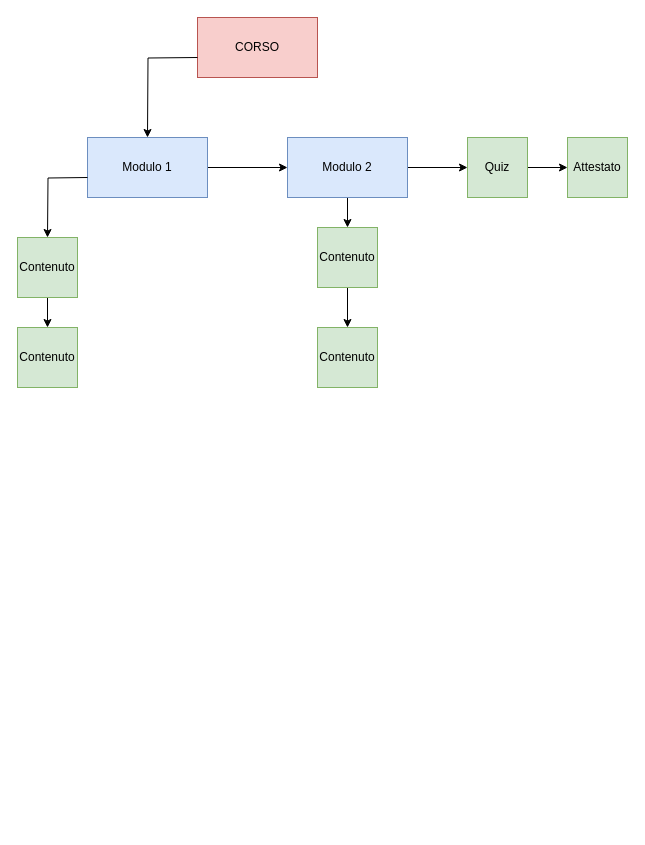
The draw.io diagram Untitled Diagram.drawio in lugsv/GAL_chart, before the edit. Source tidied: cells renumbered, new cells numbered last; positions are measured from the earlier drawing's top-left corner, leaving out a move shared by most shapes. Both pictures are drawn from the tidied source at 100%, with x=0, y=0 at pixel (17, 17).
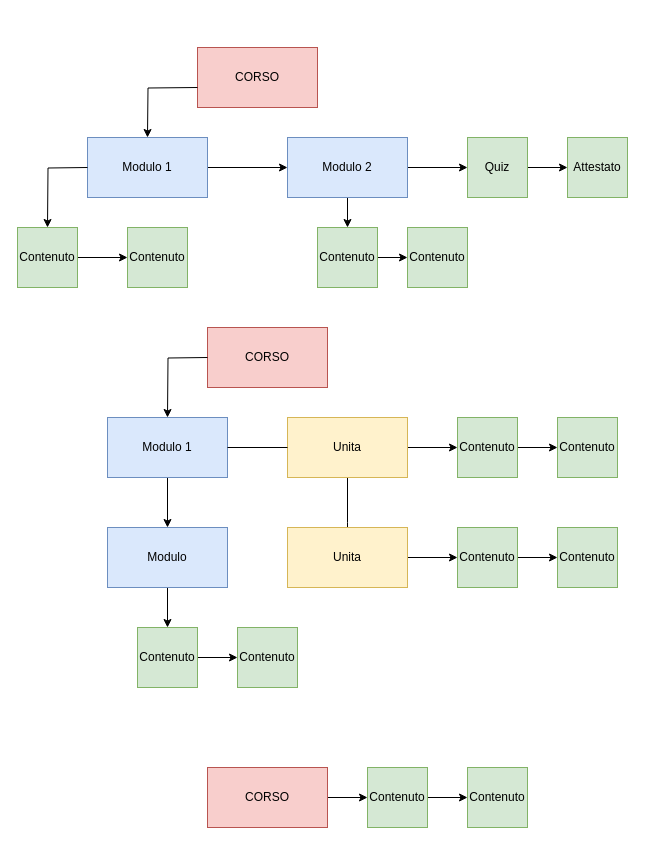
The same diagram, later.

Change to the diagram source:
```diff
@@
     <mxCell id="2" value="CORSO" style="rounded=0;whiteSpace=wrap;html=1;fillColor=#f8cecc;strokeColor=#b85450;" parent="1" vertex="1">
-      <mxGeometry x="180" width="120" height="60" as="geometry" />
+      <mxGeometry x="180" y="30" width="120" height="60" as="geometry" />
     </mxCell>
     <mxCell id="3" style="endArrow=classic;html=1;rounded=0;edgeStyle=orthogonalEdgeStyle;" parent="1" edge="1">
       <mxGeometry relative="1" as="geometry">
-        <mxPoint x="180" y="40" as="sourcePoint" />
+        <mxPoint x="180" y="70" as="sourcePoint" />
         <mxPoint x="130" y="120" as="targetPoint" />
       </mxGeometry>
     </mxCell>
@@
     <mxCell id="6" style="endArrow=classic;html=1;rounded=0;edgeStyle=orthogonalEdgeStyle;" parent="1" edge="1">
       <mxGeometry relative="1" as="geometry">
-        <mxPoint x="70" y="160" as="sourcePoint" />
-        <mxPoint x="30" y="220" as="targetPoint" />
+        <mxPoint x="70" y="150" as="sourcePoint" />
+        <mxPoint x="30" y="210" as="targetPoint" />
       </mxGeometry>
     </mxCell>
@@
     <mxCell id="13" value="Contenuto" style="whiteSpace=wrap;html=1;fillColor=#d5e8d4;strokeColor=#82b366;" parent="1" vertex="1">
-      <mxGeometry y="220" width="60" height="60" as="geometry" />
+      <mxGeometry y="210" width="60" height="60" as="geometry" />
     </mxCell>
     <mxCell id="14" value="Contenuto" style="whiteSpace=wrap;html=1;fillColor=#d5e8d4;strokeColor=#82b366;" parent="1" vertex="1">
-      <mxGeometry y="310" width="60" height="60" as="geometry" />
+      <mxGeometry x="110" y="210" width="60" height="60" as="geometry" />
     </mxCell>
@@
     <mxCell id="17" value="Contenuto" style="whiteSpace=wrap;html=1;fillColor=#d5e8d4;strokeColor=#82b366;" parent="1" vertex="1">
-      <mxGeometry x="300" y="310" width="60" height="60" as="geometry" />
+      <mxGeometry x="390" y="210" width="60" height="60" as="geometry" />
     </mxCell>
@@
+    <mxCell id="19" value="CORSO" style="rounded=0;whiteSpace=wrap;html=1;fillColor=#f8cecc;strokeColor=#b85450;" parent="1" vertex="1">
+      <mxGeometry x="190" y="310" width="120" height="60" as="geometry" />
+    </mxCell>
+    <mxCell id="20" style="endArrow=classic;html=1;rounded=0;edgeStyle=orthogonalEdgeStyle;" parent="1" edge="1">
+      <mxGeometry relative="1" as="geometry">
+        <mxPoint x="190" y="340" as="sourcePoint" />
+        <mxPoint x="150" y="400" as="targetPoint" />
+      </mxGeometry>
+    </mxCell>
+    <mxCell id="21" style="edgeStyle=orthogonalEdgeStyle;rounded=0;jettySize=auto;html=1;" parent="1" edge="1" source="22" target="36">
+      <mxGeometry relative="1" as="geometry" />
+    </mxCell>
+    <mxCell id="22" value="Modulo 1" style="rounded=0;whiteSpace=wrap;html=1;fillColor=#dae8fc;strokeColor=#6c8ebf;" parent="1" vertex="1">
+      <mxGeometry x="90" y="400" width="120" height="60" as="geometry" />
+    </mxCell>
+    <mxCell id="23" style="edgeStyle=orthogonalEdgeStyle;rounded=0;jettySize=auto;html=1;" parent="1" edge="1" source="24" target="29">
+      <mxGeometry relative="1" as="geometry" />
+    </mxCell>
+    <mxCell id="24" value="Contenuto" style="whiteSpace=wrap;html=1;fillColor=#d5e8d4;strokeColor=#82b366;" parent="1" vertex="1">
+      <mxGeometry x="440" y="400" width="60" height="60" as="geometry" />
+    </mxCell>
+    <mxCell id="25" style="edgeStyle=orthogonalEdgeStyle;rounded=0;jettySize=auto;html=1;" parent="1" edge="1" source="27" target="24">
+      <mxGeometry relative="1" as="geometry" />
+    </mxCell>
+    <mxCell id="26" style="edgeStyle=orthogonalEdgeStyle;rounded=0;jettySize=auto;html=1;" parent="1" edge="1" source="27">
+      <mxGeometry relative="1" as="geometry">
+        <mxPoint x="330" y="550" as="targetPoint" />
+      </mxGeometry>
+    </mxCell>
+    <mxCell id="27" value="Unita" style="whiteSpace=wrap;html=1;fillColor=#fff2cc;strokeColor=#d6b656;rounded=0;" parent="1" vertex="1">
+      <mxGeometry x="270" y="400" width="120" height="60" as="geometry" />
+    </mxCell>
+    <mxCell id="28" style="edgeStyle=orthogonalEdgeStyle;rounded=0;jettySize=auto;html=1;endArrow=none;" parent="1" edge="1" source="22" target="27">
+      <mxGeometry relative="1" as="geometry" />
+    </mxCell>
+    <mxCell id="29" value="Contenuto" style="whiteSpace=wrap;html=1;fillColor=#d5e8d4;strokeColor=#82b366;" parent="1" vertex="1">
+      <mxGeometry x="540" y="400" width="60" height="60" as="geometry" />
+    </mxCell>
+    <mxCell id="30" style="edgeStyle=orthogonalEdgeStyle;rounded=0;jettySize=auto;html=1;" parent="1" edge="1" source="31" target="33">
+      <mxGeometry relative="1" as="geometry" />
+    </mxCell>
+    <mxCell id="31" value="Unita" style="whiteSpace=wrap;html=1;fillColor=#fff2cc;strokeColor=#d6b656;rounded=0;" parent="1" vertex="1">
+      <mxGeometry x="270" y="510" width="120" height="60" as="geometry" />
+    </mxCell>
+    <mxCell id="32" style="edgeStyle=orthogonalEdgeStyle;rounded=0;jettySize=auto;html=1;" parent="1" edge="1" source="33" target="34">
+      <mxGeometry relative="1" as="geometry" />
+    </mxCell>
+    <mxCell id="33" value="Contenuto" style="whiteSpace=wrap;html=1;fillColor=#d5e8d4;strokeColor=#82b366;" parent="1" vertex="1">
+      <mxGeometry x="440" y="510" width="60" height="60" as="geometry" />
+    </mxCell>
+    <mxCell id="34" value="Contenuto" style="whiteSpace=wrap;html=1;fillColor=#d5e8d4;strokeColor=#82b366;" parent="1" vertex="1">
+      <mxGeometry x="540" y="510" width="60" height="60" as="geometry" />
+    </mxCell>
+    <mxCell id="35" style="edgeStyle=orthogonalEdgeStyle;rounded=0;jettySize=auto;html=1;" parent="1" edge="1" source="36" target="43">
+      <mxGeometry relative="1" as="geometry" />
+    </mxCell>
+    <mxCell id="36" value="Modulo" style="whiteSpace=wrap;html=1;fillColor=#dae8fc;strokeColor=#6c8ebf;rounded=0;" parent="1" vertex="1">
+      <mxGeometry x="90" y="510" width="120" height="60" as="geometry" />
+    </mxCell>
+    <mxCell id="37" style="edgeStyle=orthogonalEdgeStyle;rounded=0;jettySize=auto;html=1;" parent="1" edge="1" source="38" target="40">
+      <mxGeometry relative="1" as="geometry" />
+    </mxCell>
+    <mxCell id="38" value="CORSO" style="rounded=0;whiteSpace=wrap;html=1;fillColor=#f8cecc;strokeColor=#b85450;" parent="1" vertex="1">
+      <mxGeometry x="190" y="750" width="120" height="60" as="geometry" />
+    </mxCell>
+    <mxCell id="39" style="edgeStyle=orthogonalEdgeStyle;rounded=0;jettySize=auto;html=1;" parent="1" edge="1" source="40" target="41">
+      <mxGeometry relative="1" as="geometry" />
+    </mxCell>
+    <mxCell id="40" value="Contenuto" style="whiteSpace=wrap;html=1;fillColor=#d5e8d4;strokeColor=#82b366;" parent="1" vertex="1">
+      <mxGeometry x="350" y="750" width="60" height="60" as="geometry" />
+    </mxCell>
+    <mxCell id="41" value="Contenuto" style="whiteSpace=wrap;html=1;fillColor=#d5e8d4;strokeColor=#82b366;" parent="1" vertex="1">
+      <mxGeometry x="450" y="750" width="60" height="60" as="geometry" />
+    </mxCell>
+    <mxCell id="42" style="edgeStyle=orthogonalEdgeStyle;rounded=0;jettySize=auto;html=1;" parent="1" edge="1" source="43" target="44">
+      <mxGeometry relative="1" as="geometry" />
+    </mxCell>
+    <mxCell id="43" value="Contenuto" style="whiteSpace=wrap;html=1;fillColor=#d5e8d4;strokeColor=#82b366;" parent="1" vertex="1">
+      <mxGeometry x="120" y="610" width="60" height="60" as="geometry" />
+    </mxCell>
+    <mxCell id="44" value="Contenuto" style="whiteSpace=wrap;html=1;fillColor=#d5e8d4;strokeColor=#82b366;" parent="1" vertex="1">
+      <mxGeometry x="220" y="610" width="60" height="60" as="geometry" />
+    </mxCell>
```
